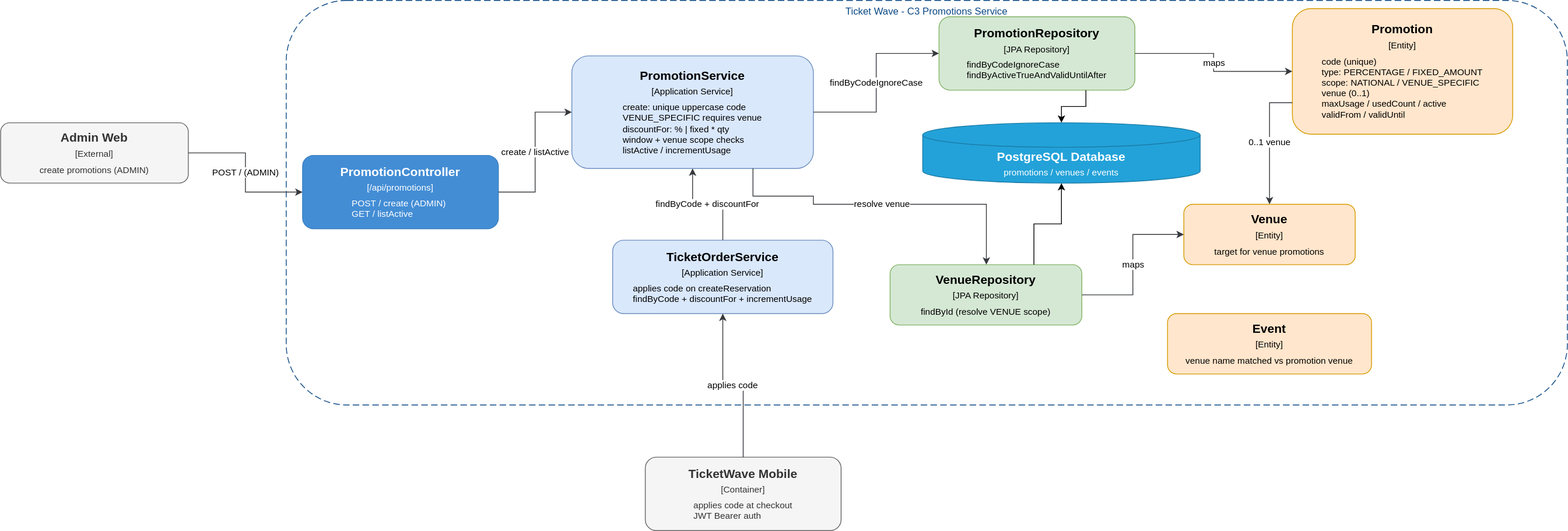
This is diagrams/c4model/ticketwave-c3-promotions-service.drawio.svg from Juanchoque1206/ticketwave-monolith, a draw.io export, as it was before one commit. Source tidied: cells renumbered, new cells last; positions are measured from the earlier drawing's top-left corner, leaving out a move shared by most shapes.
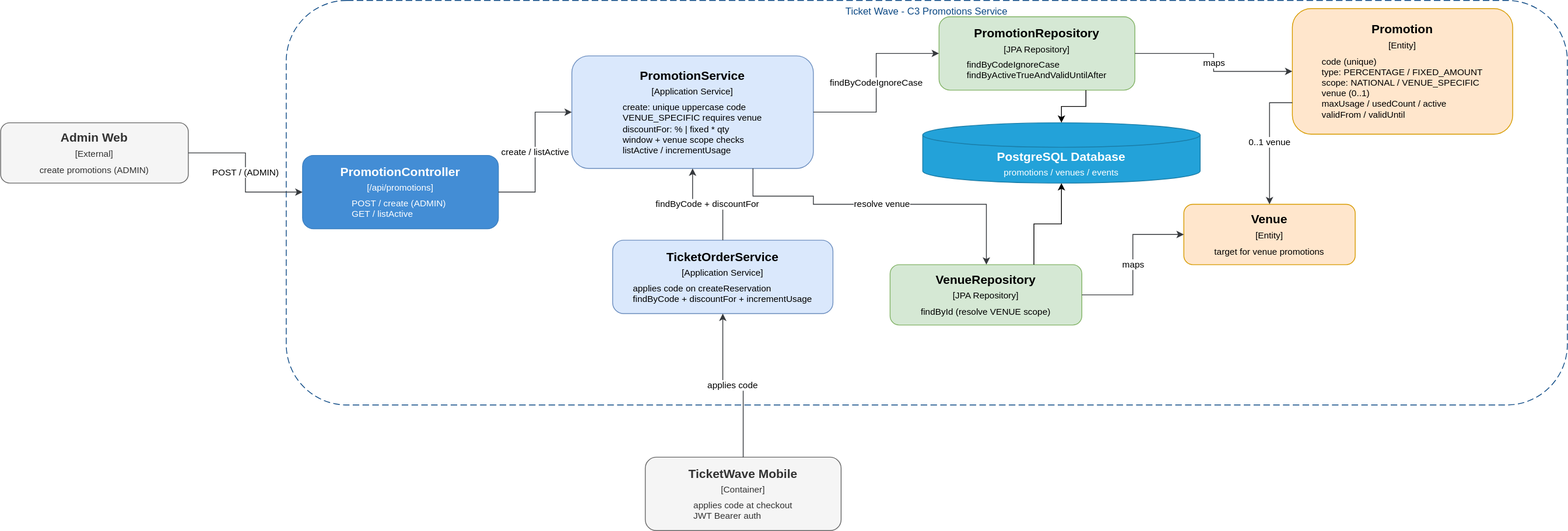
Above is the later version.

Change to the diagram source:
```diff
@@ -11,9 +11,6 @@
     <mxCell id="4" value="&lt;div style=&quot;border-color: rgb(218, 220, 224); font-size: 15px; font-weight: bold; margin-bottom: 4px;&quot;&gt;Promotion&lt;/div&gt;&lt;div style=&quot;border-color: rgb(218, 220, 224); font-size: 11px; margin-bottom: 6px;&quot;&gt;[Entity]&lt;/div&gt;&lt;div style=&quot;border-color: rgb(218, 220, 224); font-size: 11px; text-align: left; padding: 0px 14px;&quot;&gt;code (unique)&lt;/div&gt;&lt;div style=&quot;border-color: rgb(218, 220, 224); font-size: 11px; text-align: left; padding: 0px 14px;&quot;&gt;type: PERCENTAGE / FIXED_AMOUNT&lt;/div&gt;&lt;div style=&quot;border-color: rgb(218, 220, 224); font-size: 11px; text-align: left; padding: 0px 14px;&quot;&gt;scope: NATIONAL / VENUE_SPECIFIC&lt;/div&gt;&lt;div style=&quot;border-color: rgb(218, 220, 224); font-size: 11px; text-align: left; padding: 0px 14px;&quot;&gt;venue (0..1)&lt;/div&gt;&lt;div style=&quot;border-color: rgb(218, 220, 224); font-size: 11px; text-align: left; padding: 0px 14px;&quot;&gt;maxUsage / usedCount / active&lt;/div&gt;&lt;div style=&quot;border-color: rgb(218, 220, 224); font-size: 11px; text-align: left; padding: 0px 14px;&quot;&gt;validFrom / validUntil&lt;/div&gt;" style="rounded=1;whiteSpace=wrap;html=1;fillColor=#ffe6cc;strokeColor=#d79b00;fontColor=#000000;" parent="1" vertex="1">
       <mxGeometry x="1583" y="10" width="270" height="154" as="geometry" />
     </mxCell>
-    <mxCell id="5" value="&lt;div style=&quot;border-color: rgb(218, 220, 224); font-size: 15px; font-weight: bold; margin-bottom: 4px;&quot;&gt;Event&lt;/div&gt;&lt;div style=&quot;border-color: rgb(218, 220, 224); font-size: 11px; margin-bottom: 6px;&quot;&gt;[Entity]&lt;/div&gt;&lt;div style=&quot;border-color: rgb(218, 220, 224); font-size: 11px; text-align: left; padding: 0px 14px;&quot;&gt;venue name matched vs promotion venue&lt;/div&gt;" style="rounded=1;whiteSpace=wrap;html=1;fillColor=#ffe6cc;strokeColor=#d79b00;fontColor=#000000;" parent="1" vertex="1">
-      <mxGeometry x="1430" y="384" width="250" height="74" as="geometry" />
-    </mxCell>
     <mxCell id="6" value="&lt;div style=&quot;border-color: rgb(218, 220, 224); font-size: 15px; font-weight: bold; margin-bottom: 4px;&quot;&gt;VenueRepository&lt;/div&gt;&lt;div style=&quot;border-color: rgb(218, 220, 224); font-size: 11px; margin-bottom: 6px;&quot;&gt;[JPA Repository]&lt;/div&gt;&lt;div style=&quot;border-color: rgb(218, 220, 224); font-size: 11px; text-align: left; padding: 0px 14px;&quot;&gt;findById (resolve VENUE scope)&lt;/div&gt;" style="rounded=1;whiteSpace=wrap;html=1;fillColor=#d5e8d4;strokeColor=#82b366;fontColor=#000000;" parent="1" vertex="1">
       <mxGeometry x="1090" y="324" width="235" height="74" as="geometry" />
     </mxCell>
```
